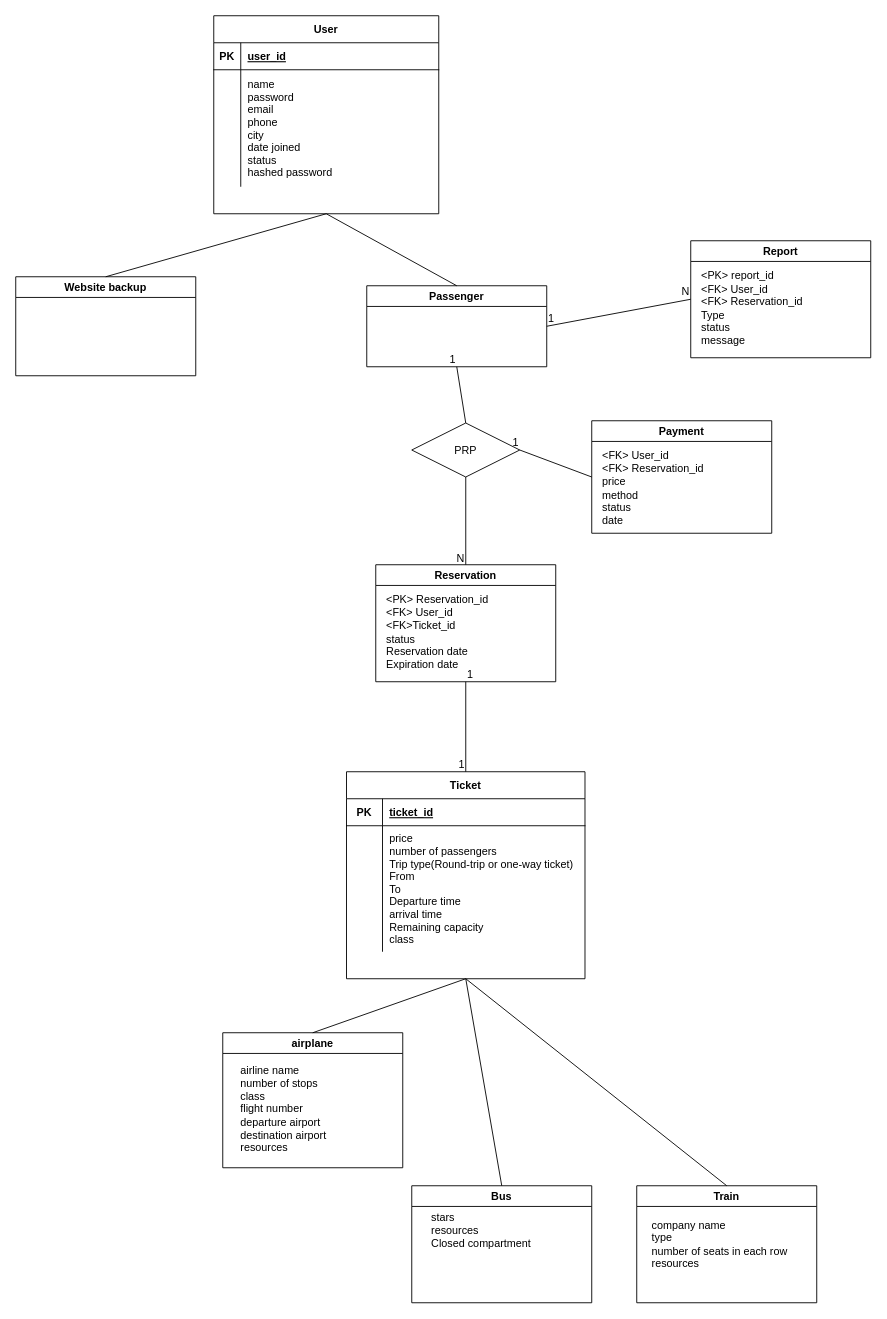
The draw.io diagram ERD.drawio in MSDeylami123/DB_Project, before the edit. Source tidied: cells renumbered, new cells numbered last; positions are measured from the earlier drawing's top-left corner, leaving out a move shared by most shapes. Both pictures are drawn from the tidied source at 90%, with x=0, y=0 at pixel (15, 15).
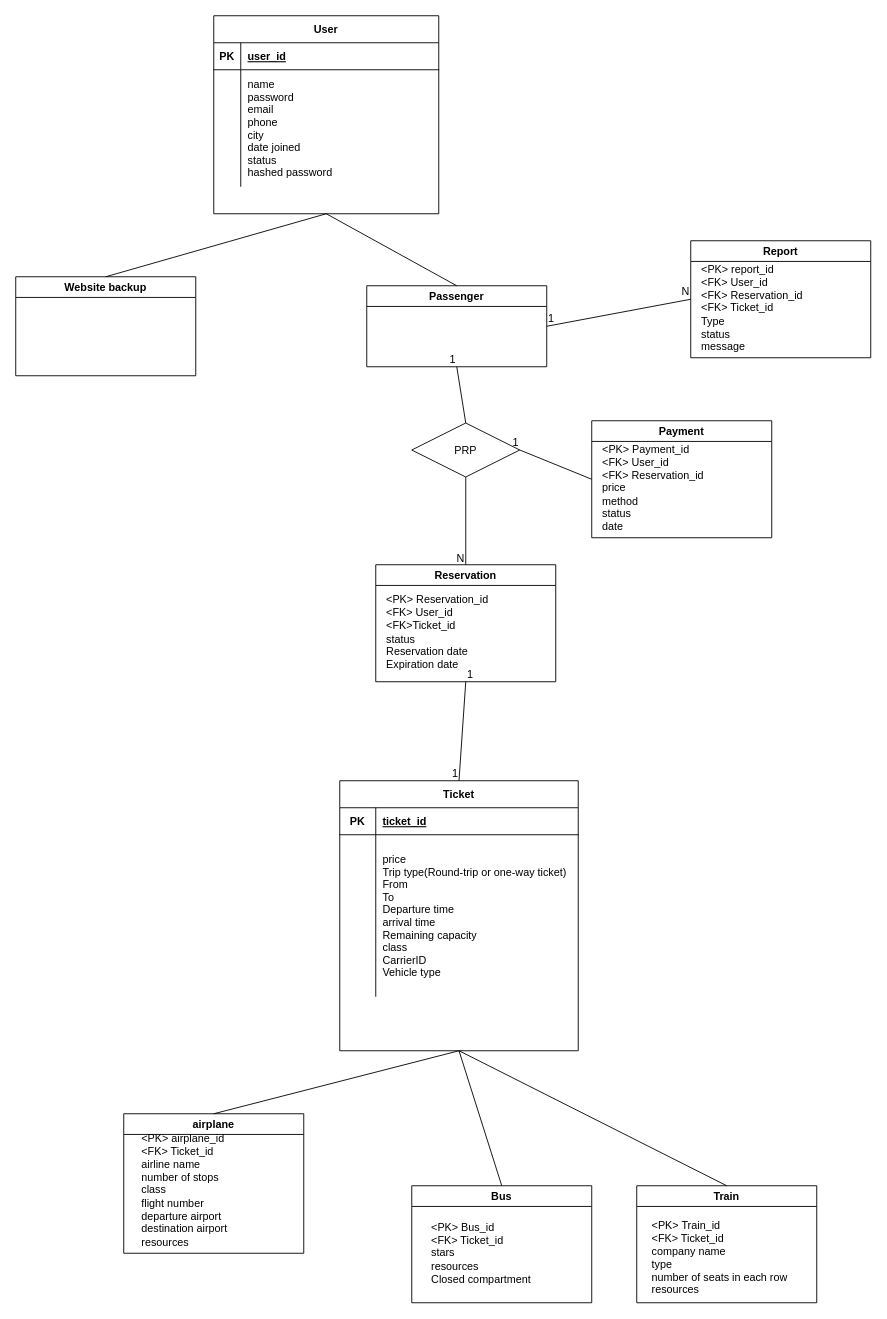
The same page after the edit.

Commit message (it also covers changes not shown here):
small changes in ERD and tables

Unchanged cells that the change refers to:
```xml
<mxCell id="20" value="Bus" style="swimlane;whiteSpace=wrap;html=1;" parent="1" vertex="1">
  <mxGeometry x="440" y="1300" width="200" height="130" as="geometry" />
</mxCell>
<mxCell id="22" value="Train" style="swimlane;whiteSpace=wrap;html=1;" parent="1" vertex="1">
  <mxGeometry x="690" y="1300" width="200" height="130" as="geometry" />
</mxCell>
<mxCell id="45" value="Report" style="swimlane;whiteSpace=wrap;html=1;" parent="1" vertex="1">
  <mxGeometry x="750" y="250" width="200" height="130" as="geometry" />
</mxCell>
```

The edit, as a diff of the source:
```diff
@@
     <mxCell id="11" value="Ticket" style="shape=table;startSize=30;childLayout=tableLayout;rowLines=0;fontStyle=1;align=center;" parent="1" vertex="1">
-      <mxGeometry x="367.5" y="840" width="265" height="230" as="geometry" />
+      <mxGeometry x="360" y="850" width="265" height="300" as="geometry" />
     </mxCell>
@@
     <mxCell id="15" style="shape=partialRectangle;fillColor=none;top=0;left=0;right=0;bottom=0;" parent="11" vertex="1">
-      <mxGeometry y="60" width="265" height="140" as="geometry" />
+      <mxGeometry y="60" width="265" height="180" as="geometry" />
     </mxCell>
     <mxCell id="16" style="shape=partialRectangle;overflow=hidden;fillColor=none;top=0;left=0;bottom=0;right=0;" parent="15" vertex="1">
-      <mxGeometry width="40" height="140" as="geometry" />
+      <mxGeometry width="40" height="180" as="geometry" />
     </mxCell>
-    <mxCell id="17" value="price&#10;number of passengers&#10;Trip type(Round-trip or one-way ticket)&#10;From&#10;To&#10;Departure time&#10;arrival time&#10;Remaining capacity&#10;class" style="shape=partialRectangle;overflow=hidden;fillColor=none;top=0;left=0;bottom=0;right=0;align=left;spacingLeft=6;" parent="15" vertex="1">
-      <mxGeometry x="40" width="225" height="140" as="geometry" />
+    <mxCell id="17" value="price&#10;Trip type(Round-trip or one-way ticket)&#10;From&#10;To&#10;Departure time&#10;arrival time&#10;Remaining capacity&#10;class&#10;CarrierID&#10;Vehicle type" style="shape=partialRectangle;overflow=hidden;fillColor=none;top=0;left=0;bottom=0;right=0;align=left;spacingLeft=6;" parent="15" vertex="1">
+      <mxGeometry x="40" width="225" height="180" as="geometry" />
     </mxCell>
     <mxCell id="18" value="airplane" style="swimlane;whiteSpace=wrap;html=1;startSize=23;" parent="1" vertex="1">
-      <mxGeometry x="230" y="1130" width="200" height="150" as="geometry" />
+      <mxGeometry x="120" y="1220" width="200" height="155" as="geometry" />
     </mxCell>
-    <mxCell id="19" value="airline name&lt;div&gt;number of stops&lt;/div&gt;&lt;div&gt;class&lt;/div&gt;&lt;div&gt;flight number&lt;/div&gt;&lt;div&gt;departure airport&lt;/div&gt;&lt;div&gt;destination airport&lt;/div&gt;&lt;div&gt;resources&lt;/div&gt;" style="text;html=1;align=left;verticalAlign=middle;strokeColor=none;fillColor=none;" parent="18" vertex="1">
-      <mxGeometry x="17.5" y="30" width="120" height="110" as="geometry" />
+    <mxCell id="19" value="&lt;div&gt;&amp;lt;PK&amp;gt; airplane_id&lt;/div&gt;&lt;div&gt;&amp;lt;FK&amp;gt; Ticket_id&lt;/div&gt;airline name&lt;div&gt;number of stops&lt;/div&gt;&lt;div&gt;class&lt;/div&gt;&lt;div&gt;flight number&lt;/div&gt;&lt;div&gt;departure airport&lt;/div&gt;&lt;div&gt;destination airport&lt;/div&gt;&lt;div&gt;resources&lt;/div&gt;" style="text;html=1;align=left;verticalAlign=middle;strokeColor=none;fillColor=none;" parent="18" vertex="1">
+      <mxGeometry x="17.5" y="15" width="120" height="140" as="geometry" />
     </mxCell>
@@
-    <mxCell id="21" value="stars&lt;div&gt;resources&lt;/div&gt;&lt;div&gt;Closed compartment&lt;/div&gt;" style="text;html=1;align=left;verticalAlign=middle;strokeColor=none;fillColor=none;" parent="20" vertex="1">
-      <mxGeometry x="20" y="20" width="130" height="60" as="geometry" />
+    <mxCell id="21" value="&lt;div&gt;&amp;lt;PK&amp;gt; Bus_id&lt;/div&gt;&lt;div&gt;&amp;lt;FK&amp;gt; Ticket_id&lt;/div&gt;stars&lt;div&gt;resources&lt;/div&gt;&lt;div&gt;Closed compartment&lt;/div&gt;" style="text;html=1;align=left;verticalAlign=middle;strokeColor=none;fillColor=none;" parent="20" vertex="1">
+      <mxGeometry x="20" y="30" width="130" height="90" as="geometry" />
     </mxCell>
@@
-    <mxCell id="23" value="company name&lt;div&gt;type&lt;/div&gt;&lt;div&gt;number of seats in each row&lt;/div&gt;&lt;div&gt;resources&lt;/div&gt;" style="text;html=1;align=left;verticalAlign=middle;strokeColor=none;fillColor=none;" parent="22" vertex="1">
-      <mxGeometry x="15" y="30" width="170" height="70" as="geometry" />
-    </mxCell>
@@
     <mxCell id="40" value="Payment" style="swimlane;whiteSpace=wrap;html=1;" parent="1" vertex="1">
-      <mxGeometry x="640" y="450" width="200" height="125" as="geometry" />
+      <mxGeometry x="640" y="450" width="200" height="130" as="geometry" />
     </mxCell>
-    <mxCell id="41" value="&amp;lt;FK&amp;gt; User_id&lt;div&gt;&amp;lt;FK&amp;gt; Reservation_id&lt;/div&gt;&lt;div&gt;price&lt;/div&gt;&lt;div&gt;method&lt;/div&gt;&lt;div&gt;status&lt;/div&gt;&lt;div&gt;date&lt;/div&gt;" style="text;html=1;align=left;verticalAlign=middle;strokeColor=none;fillColor=none;" parent="40" vertex="1">
-      <mxGeometry x="10" y="25" width="140" height="100" as="geometry" />
+    <mxCell id="41" value="&lt;div&gt;&amp;lt;PK&amp;gt; Payment_id&lt;/div&gt;&amp;lt;FK&amp;gt; User_id&lt;div&gt;&amp;lt;FK&amp;gt; Reservation_id&lt;/div&gt;&lt;div&gt;price&lt;/div&gt;&lt;div&gt;method&lt;/div&gt;&lt;div&gt;status&lt;/div&gt;&lt;div&gt;date&lt;/div&gt;" style="text;html=1;align=left;verticalAlign=middle;strokeColor=none;fillColor=none;" parent="40" vertex="1">
+      <mxGeometry x="10" y="20" width="140" height="110" as="geometry" />
     </mxCell>
@@
-    <mxCell id="46" value="&lt;div&gt;&amp;lt;PK&amp;gt; report_id&lt;/div&gt;&amp;lt;FK&amp;gt; User_id&lt;div&gt;&amp;lt;FK&amp;gt; Reservation_id&lt;/div&gt;&lt;div&gt;Type&lt;/div&gt;&lt;div&gt;status&lt;/div&gt;&lt;div&gt;message&lt;/div&gt;" style="text;html=1;align=left;verticalAlign=middle;strokeColor=none;fillColor=none;" parent="45" vertex="1">
-      <mxGeometry x="10" y="25" width="140" height="100" as="geometry" />
+    <mxCell id="46" value="&lt;div&gt;&amp;lt;PK&amp;gt; report_id&lt;/div&gt;&amp;lt;FK&amp;gt; User_id&lt;div&gt;&amp;lt;FK&amp;gt; Reservation_id&lt;/div&gt;&lt;div&gt;&amp;lt;FK&amp;gt; Ticket_id&lt;/div&gt;&lt;div&gt;Type&lt;/div&gt;&lt;div&gt;status&lt;/div&gt;&lt;div&gt;message&lt;/div&gt;" style="text;html=1;align=left;verticalAlign=middle;strokeColor=none;fillColor=none;" parent="45" vertex="1">
+      <mxGeometry x="10" y="20" width="140" height="110" as="geometry" />
     </mxCell>
@@
+    <mxCell id="23" value="&lt;div&gt;&amp;lt;PK&amp;gt; Train_id&lt;/div&gt;&lt;div&gt;&amp;lt;FK&amp;gt; Ticket_id&lt;/div&gt;company name&lt;div&gt;type&lt;/div&gt;&lt;div&gt;number of seats in each row&lt;/div&gt;&lt;div&gt;resources&lt;/div&gt;" style="text;html=1;align=left;verticalAlign=middle;strokeColor=none;fillColor=none;" parent="1" vertex="1">
+      <mxGeometry x="705" y="1330" width="170" height="100" as="geometry" />
+    </mxCell>
```
